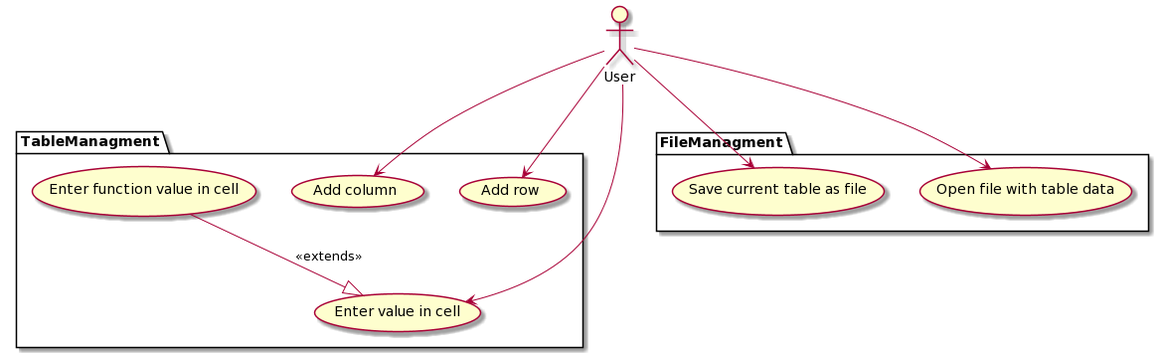
Earlier version of the PlantUML export Diagrams/UseCaseDiagram.png (Gohnnyman/Horrible-Excel).
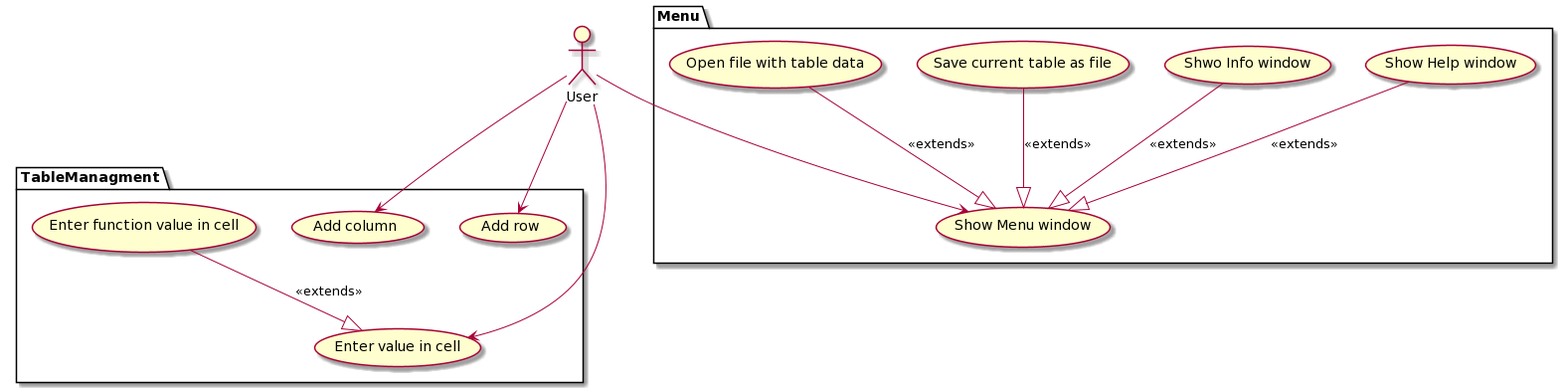
After the commit.

Change to the diagram source:
```diff
@@ -5,12 +5,21 @@
     usecase enterVal as "Enter value in cell"
     usecase enterFunc as "Enter function value in cell"
 
+
     enterFunc --|> enterVal: "<<extends>>"
 }
 
-package FileManagment {
+package Menu {
+    usecase showHelp as "Show Help window"
+    usecase showMenu as "Show Menu window"
+    usecase showInfo as "Shwo Info window"
     usecase saveFile as "Save current table as file"
     usecase openFile as "Open file with table data"
+
+    showInfo --|> showMenu: "<<extends>>"
+    showHelp --|> showMenu: "<<extends>>"
+    saveFile --|> showMenu: "<<extends>>"
+    openFile --|> showMenu: "<<extends>>"
 }
 
 
@@ -21,6 +30,5 @@
 User --> addCol
 User --> addRow
 User --> enterVal
-User --> openFile
-User --> saveFile
+User --> showMenu
 @enduml
```
